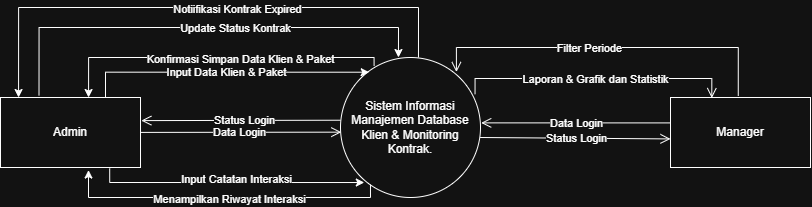
Above: assets/DFDLevel0.png in farrelpirade/SistemDatabaseKlien_Kelompok11_IMPAL06 (draw.io), before the change. Source tidied: cells renumbered, new cells last; positions are measured from the earlier drawing's top-left corner, leaving out a move shared by most shapes.
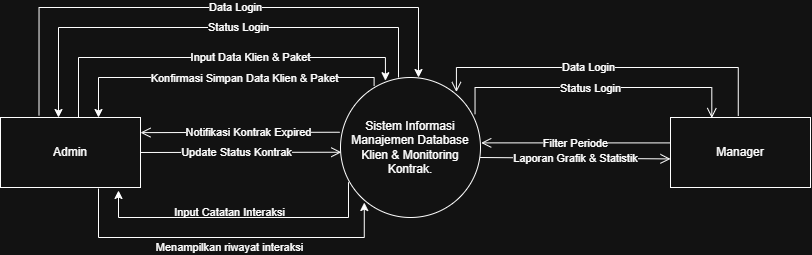
Later version of the same file.

What changed in the source:
```diff
@@ -13,18 +13,25 @@
     </mxCell>
     <mxCell id="5" style="endArrow=open;startArrow=none;endFill=0;startFill=0;endSize=8;html=1;verticalAlign=bottom;labelBackgroundColor=none;strokeWidth=1;rounded=0;exitX=1;exitY=0.75;exitDx=0;exitDy=0;entryX=0.006;entryY=0.659;entryDx=0;entryDy=0;entryPerimeter=0;fontSize=12;" parent="1" edge="1">
       <mxGeometry relative="1" as="geometry">
-        <mxPoint x="140" y="124.9" as="sourcePoint" />
+        <mxPoint x="140" y="125" as="sourcePoint" />
         <mxPoint x="340.8" y="124.7" as="targetPoint" />
       </mxGeometry>
     </mxCell>
-    <mxCell id="6" value="Data Login" style="edgeLabel;html=1;align=center;verticalAlign=middle;" parent="5" vertex="1">
-      <mxGeometry x="-0.01" relative="1" as="geometry" />
+    <mxCell id="6" value="Menampilkan riwayat interaksi" style="edgeLabel;html=1;align=center;verticalAlign=middle;" parent="5" vertex="1">
+      <mxGeometry x="-0.01" relative="1" as="geometry">
+        <mxPoint x="-11" y="95" as="offset" />
+      </mxGeometry>
     </mxCell>
-    <mxCell id="7" style="endArrow=open;startArrow=none;endFill=0;startFill=0;endSize=8;html=1;verticalAlign=bottom;labelBackgroundColor=none;strokeWidth=1;rounded=0;exitX=0;exitY=0.448;exitDx=0;exitDy=0;entryX=1.006;entryY=0.33;entryDx=0;entryDy=0;entryPerimeter=0;exitPerimeter=0;fontSize=12;" parent="1" edge="1" source="3" target="2">
-      <mxGeometry relative="1" as="geometry" />
+    <mxCell id="7" style="endArrow=open;startArrow=none;endFill=0;startFill=0;endSize=8;html=1;verticalAlign=bottom;labelBackgroundColor=none;strokeWidth=1;rounded=0;exitX=0;exitY=0.448;exitDx=0;exitDy=0;entryX=1.006;entryY=0.33;entryDx=0;entryDy=0;entryPerimeter=0;exitPerimeter=0;fontSize=12;" parent="1" edge="1">
+      <mxGeometry relative="1" as="geometry">
+        <mxPoint x="339.2" y="104.7" as="sourcePoint" />
+        <mxPoint x="140" y="105.1" as="targetPoint" />
+      </mxGeometry>
     </mxCell>
-    <mxCell id="8" value="Status Login" style="edgeLabel;html=1;align=center;verticalAlign=middle;" parent="7" vertex="1">
-      <mxGeometry x="-0.03" relative="1" as="geometry" />
+    <mxCell id="8" value="Input Catatan Interaksi" style="edgeLabel;html=1;align=center;verticalAlign=middle;" parent="7" vertex="1">
+      <mxGeometry x="-0.12" relative="1" as="geometry">
+        <mxPoint x="-24" y="80" as="offset" />
+      </mxGeometry>
     </mxCell>
     <mxCell id="9" style="endArrow=open;startArrow=none;endFill=0;startFill=0;endSize=8;html=1;verticalAlign=bottom;labelBackgroundColor=none;strokeWidth=1;rounded=0;exitX=0.98;exitY=0.664;exitDx=0;exitDy=0;entryX=-0.017;entryY=0.777;entryDx=0;entryDy=0;exitPerimeter=0;entryPerimeter=0;fontSize=12;" parent="1" edge="1">
       <mxGeometry relative="1" as="geometry">
@@ -32,7 +39,7 @@
         <mxPoint x="670" y="131.4" as="targetPoint" />
       </mxGeometry>
     </mxCell>
-    <mxCell id="10" value="Status Login" style="edgeLabel;html=1;align=center;verticalAlign=middle;" parent="9" vertex="1">
+    <mxCell id="10" value="Laporan Grafik &amp;amp; Statistik" style="edgeLabel;html=1;align=center;verticalAlign=middle;" parent="9" vertex="1">
       <mxGeometry y="-1" relative="1" as="geometry">
         <mxPoint y="-1" as="offset" />
       </mxGeometry>
@@ -40,92 +47,109 @@
     <mxCell id="11" style="endArrow=open;startArrow=none;endFill=0;startFill=0;endSize=8;html=1;verticalAlign=bottom;labelBackgroundColor=none;strokeWidth=1;rounded=0;exitX=0;exitY=0.363;exitDx=0;exitDy=0;exitPerimeter=0;entryX=1.005;entryY=0.467;entryDx=0;entryDy=0;entryPerimeter=0;fontSize=12;" parent="1" edge="1" source="4" target="3">
       <mxGeometry relative="1" as="geometry" />
     </mxCell>
-    <mxCell id="12" value="Data Login" style="edgeLabel;html=1;align=center;verticalAlign=middle;" parent="11" vertex="1">
+    <mxCell id="12" value="Filter Periode" style="edgeLabel;html=1;align=center;verticalAlign=middle;" parent="11" vertex="1">
       <mxGeometry x="-0.48" y="1" relative="1" as="geometry">
         <mxPoint x="-46" y="-1" as="offset" />
       </mxGeometry>
     </mxCell>
-    <mxCell id="13" style="endArrow=classic;html=1;rounded=0;entryX=0.629;entryY=0;entryDx=0;entryDy=0;exitX=0.24;exitY=0.059;exitDx=0;exitDy=0;edgeStyle=orthogonalEdgeStyle;entryPerimeter=0;exitPerimeter=0;" parent="1" edge="1" source="3" target="2">
+    <mxCell id="13" style="endArrow=classic;html=1;rounded=0;exitX=0.24;exitY=0.059;exitDx=0;exitDy=0;edgeStyle=orthogonalEdgeStyle;exitPerimeter=0;" parent="1" edge="1" source="3">
       <mxGeometry relative="1" as="geometry">
+        <mxPoint x="98" y="90" as="targetPoint" />
         <Array as="points">
           <mxPoint x="374" y="50" />
-          <mxPoint x="88" y="50" />
+          <mxPoint x="98" y="50" />
+          <mxPoint x="98" y="90" />
         </Array>
       </mxGeometry>
     </mxCell>
     <mxCell id="14" value="Konfirmasi Simpan Data Klien &amp;amp; Paket" style="edgeLabel;html=1;align=center;verticalAlign=middle;" parent="13" vertex="1">
       <mxGeometry x="-0.15" y="1" relative="1" as="geometry" />
     </mxCell>
-    <mxCell id="15" style="endArrow=classic;html=1;rounded=0;entryX=0.205;entryY=0.085;entryDx=0;entryDy=0;edgeStyle=orthogonalEdgeStyle;entryPerimeter=0;exitX=0.75;exitY=0;exitDx=0;exitDy=0;" parent="1" edge="1" source="2">
+    <mxCell id="15" style="endArrow=classic;html=1;rounded=0;entryX=0.321;entryY=0.023;entryDx=0;entryDy=0;edgeStyle=orthogonalEdgeStyle;entryPerimeter=0;" parent="1" edge="1" target="3">
       <mxGeometry relative="1" as="geometry">
-        <mxPoint x="368.7" y="64.7" as="targetPoint" />
+        <mxPoint x="78" y="90" as="sourcePoint" />
         <Array as="points">
-          <mxPoint x="105" y="65" />
+          <mxPoint x="78" y="90" />
+          <mxPoint x="78" y="30" />
+          <mxPoint x="385" y="30" />
         </Array>
       </mxGeometry>
     </mxCell>
     <mxCell id="16" value="Input Data Klien &amp;amp; Paket" style="edgeLabel;html=1;align=center;verticalAlign=middle;" parent="15" vertex="1">
-      <mxGeometry x="0.01" relative="1" as="geometry" />
+      <mxGeometry x="0.01" relative="1" as="geometry">
+        <mxPoint x="35" as="offset" />
+      </mxGeometry>
     </mxCell>
-    <mxCell id="17" style="endArrow=classic;html=1;rounded=0;entryX=0.634;entryY=1.037;entryDx=0;entryDy=0;entryPerimeter=0;exitX=0.214;exitY=0.907;exitDx=0;exitDy=0;exitPerimeter=0;edgeStyle=orthogonalEdgeStyle;" parent="1" edge="1" source="3" target="2">
+    <mxCell id="17" style="endArrow=classic;html=1;rounded=0;exitX=0.057;exitY=0.748;exitDx=0;exitDy=0;exitPerimeter=0;edgeStyle=orthogonalEdgeStyle;" parent="1" edge="1" source="3">
       <mxGeometry relative="1" as="geometry">
+        <mxPoint x="118" y="163" as="targetPoint" />
         <Array as="points">
-          <mxPoint x="370" y="190" />
-          <mxPoint x="88" y="190" />
-          <mxPoint x="88" y="163" />
+          <mxPoint x="348" y="190" />
+          <mxPoint x="118" y="190" />
+          <mxPoint x="118" y="163" />
         </Array>
       </mxGeometry>
     </mxCell>
-    <mxCell id="18" value="Menampilkan Riwayat Interaksi" style="edgeLabel;html=1;align=center;verticalAlign=middle;" parent="17" vertex="1">
-      <mxGeometry x="-0.04" y="1" relative="1" as="geometry" />
+    <mxCell id="18" value="Notifikasi Kontrak Expired" style="edgeLabel;html=1;align=center;verticalAlign=middle;" parent="17" vertex="1">
+      <mxGeometry x="-0.04" y="1" relative="1" as="geometry">
+        <mxPoint x="4" y="-86" as="offset" />
+      </mxGeometry>
     </mxCell>
-    <mxCell id="19" style="endArrow=classic;html=1;rounded=0;entryX=0.17;entryY=0.893;entryDx=0;entryDy=0;edgeStyle=orthogonalEdgeStyle;entryPerimeter=0;exitX=0.78;exitY=1.013;exitDx=0;exitDy=0;exitPerimeter=0;" parent="1" edge="1" source="2" target="3">
+    <mxCell id="19" style="endArrow=classic;html=1;rounded=0;entryX=0.17;entryY=0.893;entryDx=0;entryDy=0;edgeStyle=orthogonalEdgeStyle;entryPerimeter=0;" parent="1" edge="1" target="3">
       <mxGeometry relative="1" as="geometry">
+        <mxPoint x="98" y="161" as="sourcePoint" />
         <Array as="points">
-          <mxPoint x="109" y="175" />
+          <mxPoint x="98" y="161" />
+          <mxPoint x="98" y="210" />
+          <mxPoint x="364" y="210" />
         </Array>
       </mxGeometry>
     </mxCell>
-    <mxCell id="20" value="Input Catatan Interaksi" style="edgeLabel;html=1;align=center;verticalAlign=middle;" parent="19" vertex="1">
+    <mxCell id="20" value="Update Status Kontrak" style="edgeLabel;html=1;align=center;verticalAlign=middle;" parent="19" vertex="1">
       <mxGeometry x="-0.17" y="3" relative="1" as="geometry">
-        <mxPoint x="29" y="-1" as="offset" />
+        <mxPoint x="42" y="-82" as="offset" />
       </mxGeometry>
     </mxCell>
-    <mxCell id="21" style="endArrow=classic;html=1;rounded=0;entryX=0.414;entryY=0;entryDx=0;entryDy=0;edgeStyle=orthogonalEdgeStyle;entryPerimeter=0;exitX=0.275;exitY=-0.031;exitDx=0;exitDy=0;exitPerimeter=0;" parent="1" edge="1" source="2" target="3">
+    <mxCell id="21" style="endArrow=classic;html=1;rounded=0;edgeStyle=orthogonalEdgeStyle;exitX=0.275;exitY=-0.031;exitDx=0;exitDy=0;exitPerimeter=0;" parent="1" edge="1" source="2">
       <mxGeometry relative="1" as="geometry">
+        <mxPoint x="418" y="50" as="targetPoint" />
         <Array as="points">
-          <mxPoint x="39" y="20" />
-          <mxPoint x="398" y="20" />
+          <mxPoint x="39" y="-20" />
+          <mxPoint x="418" y="-20" />
+          <mxPoint x="418" y="50" />
         </Array>
       </mxGeometry>
     </mxCell>
-    <mxCell id="22" value="Update Status Kontrak" style="edgeLabel;html=1;align=center;verticalAlign=middle;" parent="21" vertex="1">
+    <mxCell id="22" value="Data Login" style="edgeLabel;html=1;align=center;verticalAlign=middle;" parent="21" vertex="1">
       <mxGeometry x="0.01" relative="1" as="geometry">
-        <mxPoint x="34" as="offset" />
+        <mxPoint x="24" as="offset" />
       </mxGeometry>
     </mxCell>
-    <mxCell id="23" style="endArrow=classic;html=1;rounded=0;exitX=0.557;exitY=0;exitDx=0;exitDy=0;edgeStyle=orthogonalEdgeStyle;exitPerimeter=0;entryX=0.129;entryY=0;entryDx=0;entryDy=0;entryPerimeter=0;" parent="1" edge="1" source="3" target="2">
+    <mxCell id="23" style="endArrow=classic;html=1;rounded=0;edgeStyle=orthogonalEdgeStyle;" parent="1" edge="1">
       <mxGeometry relative="1" as="geometry">
+        <mxPoint x="398" y="50" as="sourcePoint" />
+        <mxPoint x="58" y="90" as="targetPoint" />
         <Array as="points">
-          <mxPoint x="418" />
-          <mxPoint x="18" />
+          <mxPoint x="398" />
+          <mxPoint x="58" />
+          <mxPoint x="58" y="90" />
         </Array>
       </mxGeometry>
     </mxCell>
-    <mxCell id="24" value="Notiifikasi Kontrak Expired" style="edgeLabel;html=1;align=center;verticalAlign=middle;" parent="23" vertex="1">
-      <mxGeometry x="-0.15" y="1" relative="1" as="geometry" />
+    <mxCell id="24" value="Status Login" style="edgeLabel;html=1;align=center;verticalAlign=middle;" parent="23" vertex="1">
+      <mxGeometry x="-0.12" relative="1" as="geometry" />
     </mxCell>
     <mxCell id="25" style="endArrow=open;startArrow=none;endFill=0;startFill=0;endSize=8;html=1;verticalAlign=bottom;labelBackgroundColor=none;strokeWidth=1;rounded=0;exitX=0.961;exitY=0.262;exitDx=0;exitDy=0;entryX=0.295;entryY=0.008;entryDx=0;entryDy=0;exitPerimeter=0;entryPerimeter=0;fontSize=12;edgeStyle=orthogonalEdgeStyle;" parent="1" edge="1" source="3" target="4">
       <mxGeometry relative="1" as="geometry">
         <Array as="points">
-          <mxPoint x="474" y="71" />
-          <mxPoint x="711" y="71" />
+          <mxPoint x="475" y="60" />
+          <mxPoint x="711" y="60" />
         </Array>
       </mxGeometry>
     </mxCell>
-    <mxCell id="26" value="Laporan &amp;amp; Grafik dan Statistik" style="edgeLabel;html=1;align=center;verticalAlign=middle;" parent="25" vertex="1">
-      <mxGeometry y="-1" relative="1" as="geometry">
-        <mxPoint y="-1" as="offset" />
+    <mxCell id="26" value="Status Login" style="edgeLabel;html=1;align=center;verticalAlign=middle;" parent="25" vertex="1">
+      <mxGeometry x="0.12" y="-1" relative="1" as="geometry">
+        <mxPoint x="-23" as="offset" />
       </mxGeometry>
     </mxCell>
     <mxCell id="27" style="endArrow=open;startArrow=none;endFill=0;startFill=0;endSize=8;html=1;verticalAlign=bottom;labelBackgroundColor=none;strokeWidth=1;rounded=0;exitX=0.484;exitY=-0.023;exitDx=0;exitDy=0;exitPerimeter=0;entryX=0.828;entryY=0.104;entryDx=0;entryDy=0;entryPerimeter=0;fontSize=12;edgeStyle=orthogonalEdgeStyle;" parent="1" edge="1" source="4" target="3">
@@ -136,7 +160,7 @@
         </Array>
       </mxGeometry>
     </mxCell>
-    <mxCell id="28" value="Filter Periode" style="edgeLabel;html=1;align=center;verticalAlign=middle;" parent="27" vertex="1">
+    <mxCell id="28" value="Data Login" style="edgeLabel;html=1;align=center;verticalAlign=middle;" parent="27" vertex="1">
       <mxGeometry x="-0.48" y="1" relative="1" as="geometry">
         <mxPoint x="-106" y="-1" as="offset" />
       </mxGeometry>
```
